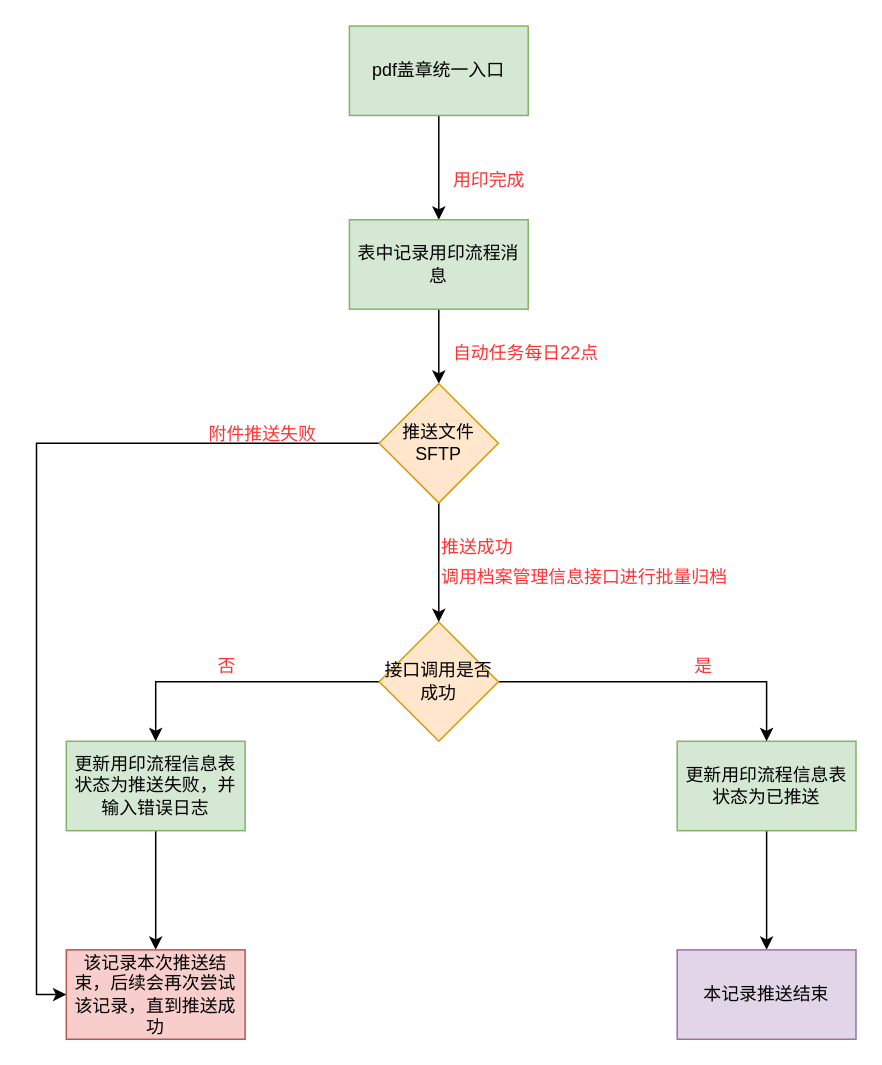
Above: 未命名表单.drawio in zhangtejun/file (draw.io), before the change. Source tidied: cells renumbered, new cells numbered last; positions are measured from the earlier drawing's top-left corner, leaving out a move shared by most shapes. Both pictures are drawn from the tidied source at 149%, with x=0, y=0 at pixel (66, 25).
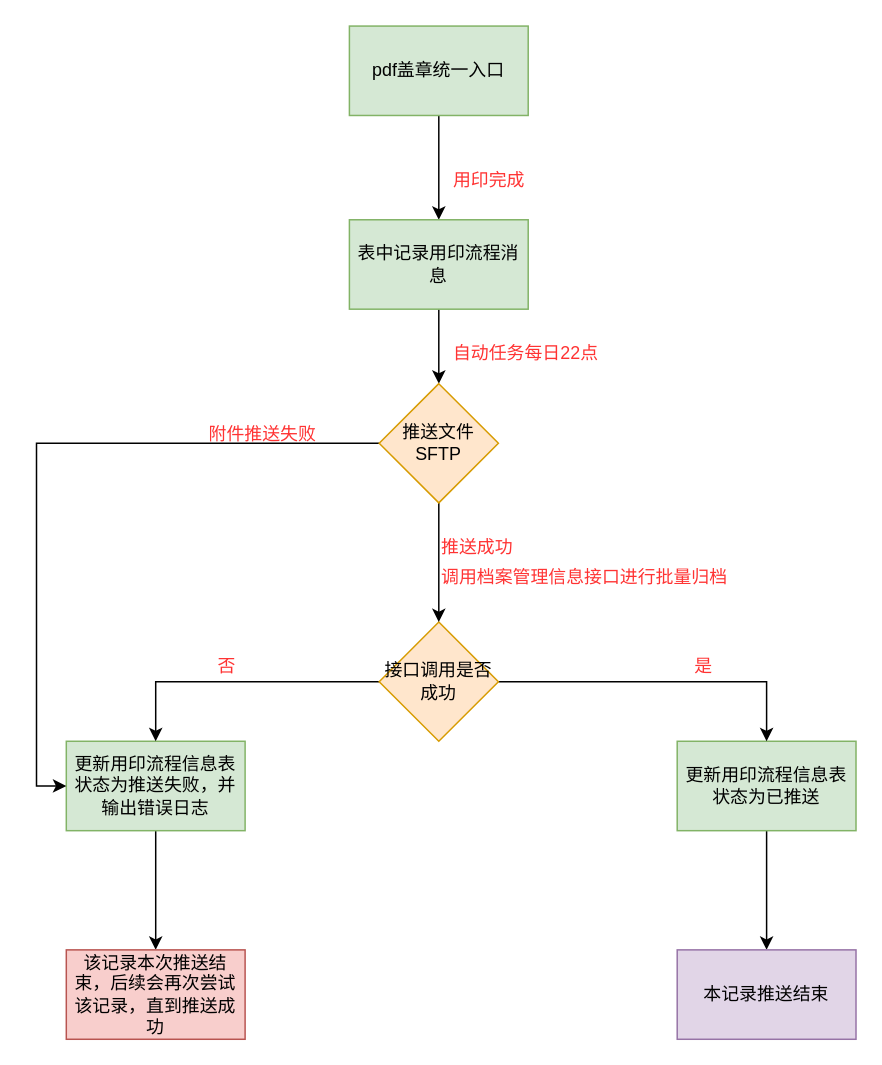
The same page after the edit.

Commit message:
更新未命名表单.drawio

Unchanged cells that the change refers to:
```xml
<mxCell id="8" value="该记录本次推送结束，后续会再次尝试该记录，直到推送成功" style="rounded=0;whiteSpace=wrap;html=1;fillColor=#f8cecc;strokeColor=#b85450;" parent="1" vertex="1">
  <mxGeometry y="620" width="120" height="60" as="geometry" />
</mxCell>
<mxCell id="19" value="推送文件SFTP" style="rhombus;whiteSpace=wrap;html=1;fillColor=#ffe6cc;strokeColor=#d79b00;" parent="1" vertex="1">
  <mxGeometry x="210" y="240" width="80" height="80" as="geometry" />
</mxCell>
```

What changed in the source:
```diff
@@
-    <mxCell id="7" value="更新用印流程信息表状态为推送失败，并输入错误日志" style="rounded=0;whiteSpace=wrap;html=1;fillColor=#d5e8d4;strokeColor=#82b366;" parent="1" vertex="1">
+    <mxCell id="7" value="更新用印流程信息表状态为推送失败，并输出错误日志" style="rounded=0;whiteSpace=wrap;html=1;fillColor=#d5e8d4;strokeColor=#82b366;" parent="1" vertex="1">
       <mxGeometry y="480" width="120" height="60" as="geometry" />
     </mxCell>
@@
-    <mxCell id="18" style="edgeStyle=orthogonalEdgeStyle;rounded=0;jettySize=auto;html=1;entryX=0;entryY=0.5;entryDx=0;entryDy=0;" parent="1" edge="1" source="19" target="8">
-      <mxGeometry relative="1" as="geometry" />
-    </mxCell>
+    <mxCell id="25" style="edgeStyle=orthogonalEdgeStyle;rounded=0;jettySize=auto;html=1;entryX=0;entryY=0.5;entryDx=0;entryDy=0;" parent="1" edge="1" source="19" target="7">
+      <mxGeometry relative="1" as="geometry" />
+    </mxCell>
```
